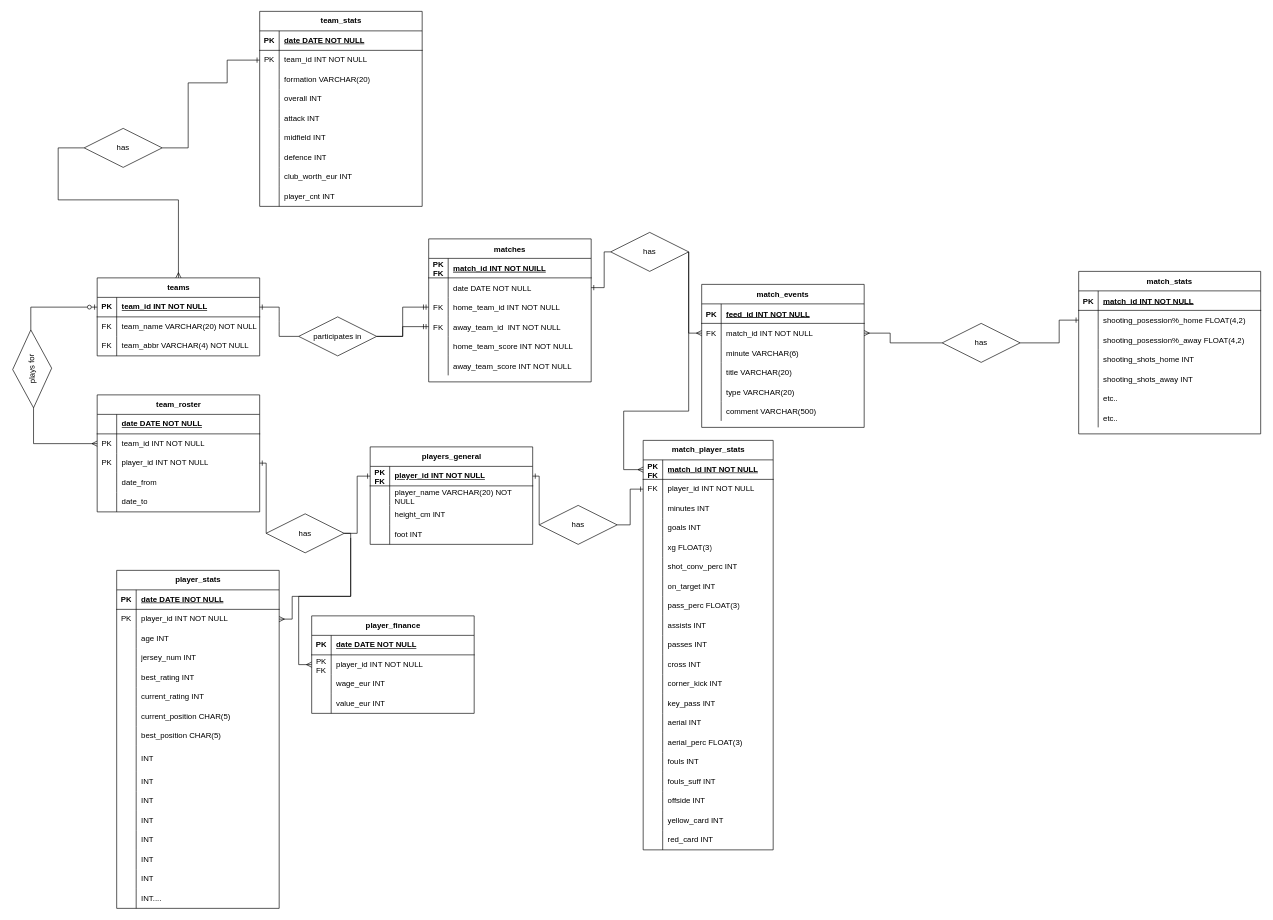
Earlier version of the draw.io diagram Schema.drawio (diffeyn/MLS). Source tidied: cells renumbered, new cells numbered last; positions are measured from the earlier drawing's top-left corner, leaving out a move shared by most shapes. Both pictures are drawn from the tidied source at 65%, with x=0, y=0 at pixel (-7, 11).
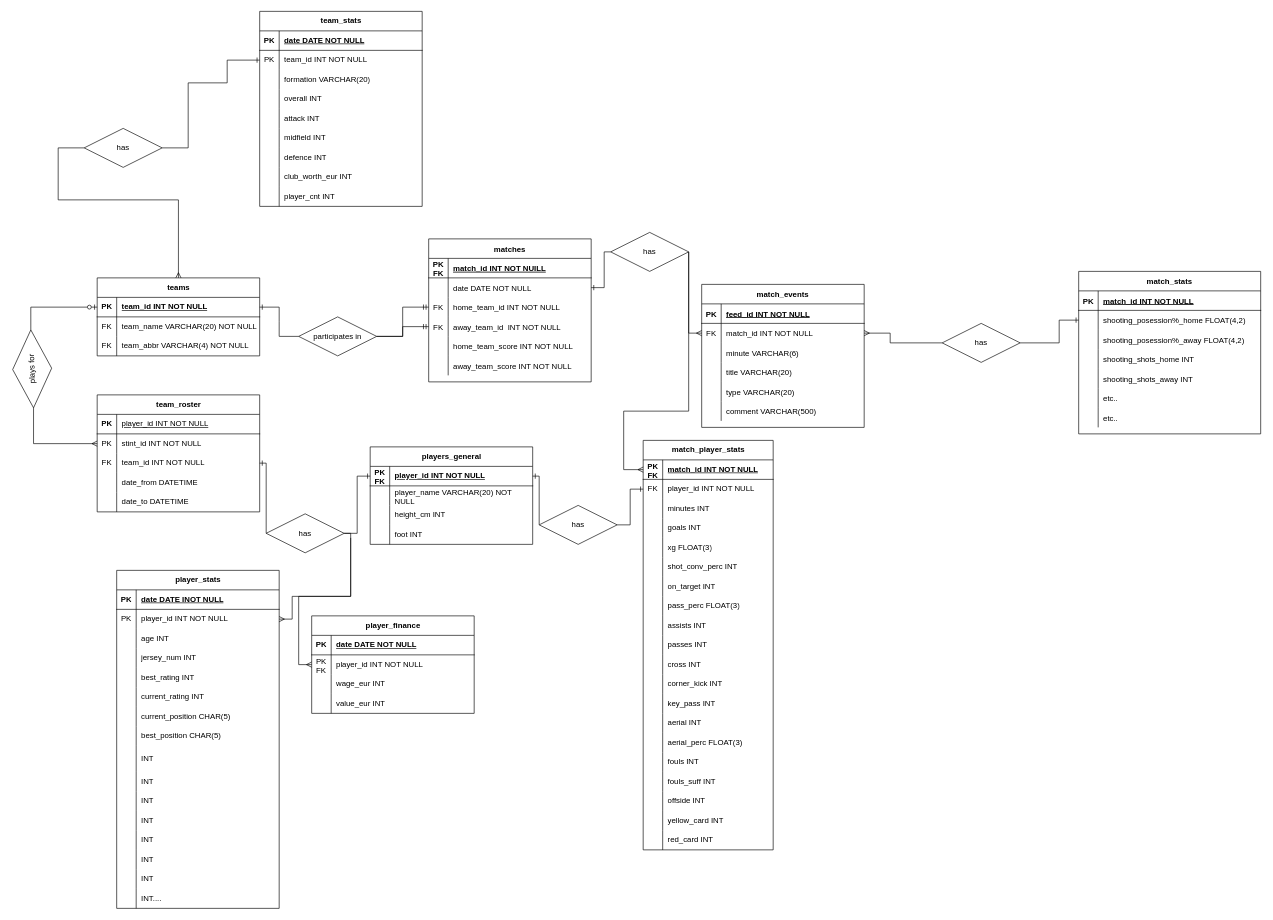
After the change.

Commit message (it also covers changes not shown here):
save team roster

The change refers to these unchanged cells:
```xml
<mxCell id="32" style="shape=tableRow;horizontal=0;startSize=0;swimlaneHead=0;swimlaneBody=0;fillColor=none;top=0;left=0;right=0;bottom=1;" parent="31" vertex="1">
  <mxGeometry y="30" width="250" height="30" as="geometry" />
</mxCell>
<mxCell id="35" style="shape=tableRow;horizontal=0;startSize=0;swimlaneHead=0;swimlaneBody=0;fillColor=none;points=[[0,0.5],[1,0.5]];portConstraint=eastwest;top=0;left=0;right=0;bottom=0;" parent="31" vertex="1">
  <mxGeometry y="60" width="250" height="30" as="geometry" />
</mxCell>
<mxCell id="38" style="shape=tableRow;horizontal=0;startSize=0;swimlaneHead=0;swimlaneBody=0;fillColor=none;points=[[0,0.5],[1,0.5]];portConstraint=eastwest;top=0;left=0;right=0;bottom=0;" parent="31" vertex="1">
  <mxGeometry y="90" width="250" height="30" as="geometry" />
</mxCell>
<mxCell id="41" style="shape=tableRow;horizontal=0;startSize=0;swimlaneHead=0;swimlaneBody=0;fillColor=none;top=0;left=0;right=0;bottom=0;" parent="31" vertex="1">
  <mxGeometry y="120" width="250" height="30" as="geometry" />
</mxCell>
<mxCell id="44" style="shape=tableRow;horizontal=0;startSize=0;swimlaneHead=0;swimlaneBody=0;fillColor=none;top=0;left=0;right=0;bottom=0;" parent="31" vertex="1">
  <mxGeometry y="150" width="250" height="30" as="geometry" />
</mxCell>
```

The edit, as a diff of the source:
```diff
@@
-    <mxCell id="33" style="shape=partialRectangle;fillColor=none;top=0;left=0;bottom=0;right=0;fontStyle=1;overflow=hidden;whiteSpace=wrap;html=1;" parent="32" vertex="1">
+    <mxCell id="33" value="PK" style="shape=partialRectangle;fillColor=none;top=0;left=0;bottom=0;right=0;fontStyle=1;overflow=hidden;whiteSpace=wrap;html=1;" parent="32" vertex="1">
       <mxGeometry width="30" height="30" as="geometry" />
     </mxCell>
-    <mxCell id="34" value="date DATE NOT NULL" style="shape=partialRectangle;fillColor=none;top=0;left=0;bottom=0;right=0;align=left;spacingLeft=6;fontStyle=5;overflow=hidden;whiteSpace=wrap;html=1;" parent="32" vertex="1">
+    <mxCell id="34" value="&lt;span style=&quot;font-weight: 400;&quot;&gt;player_id INT NOT NULL&lt;/span&gt;" style="shape=partialRectangle;fillColor=none;top=0;left=0;bottom=0;right=0;align=left;spacingLeft=6;fontStyle=5;overflow=hidden;whiteSpace=wrap;html=1;" parent="32" vertex="1">
       <mxGeometry x="30" width="220" height="30" as="geometry" />
     </mxCell>
@@
-    <mxCell id="37" value="team_id INT NOT NULL" style="shape=partialRectangle;fillColor=none;top=0;left=0;bottom=0;right=0;align=left;spacingLeft=6;overflow=hidden;whiteSpace=wrap;html=1;" parent="35" vertex="1">
+    <mxCell id="37" value="stint_id INT NOT NULL" style="shape=partialRectangle;fillColor=none;top=0;left=0;bottom=0;right=0;align=left;spacingLeft=6;overflow=hidden;whiteSpace=wrap;html=1;" parent="35" vertex="1">
       <mxGeometry x="30" width="220" height="30" as="geometry" />
     </mxCell>
@@
-    <mxCell id="39" value="PK" style="shape=partialRectangle;fillColor=none;top=0;left=0;bottom=0;right=0;overflow=hidden;whiteSpace=wrap;html=1;" parent="38" vertex="1">
+    <mxCell id="39" value="FK" style="shape=partialRectangle;fillColor=none;top=0;left=0;bottom=0;right=0;overflow=hidden;whiteSpace=wrap;html=1;" parent="38" vertex="1">
       <mxGeometry width="30" height="30" as="geometry" />
     </mxCell>
-    <mxCell id="40" value="player_id INT NOT NULL" style="shape=partialRectangle;fillColor=none;top=0;left=0;bottom=0;right=0;align=left;spacingLeft=6;overflow=hidden;whiteSpace=wrap;html=1;" parent="38" vertex="1">
+    <mxCell id="40" value="team_id INT NOT NULL" style="shape=partialRectangle;fillColor=none;top=0;left=0;bottom=0;right=0;align=left;spacingLeft=6;overflow=hidden;whiteSpace=wrap;html=1;" parent="38" vertex="1">
       <mxGeometry x="30" width="220" height="30" as="geometry" />
     </mxCell>
@@
-    <mxCell id="43" value="date_from" style="shape=partialRectangle;fillColor=none;top=0;left=0;bottom=0;right=0;align=left;spacingLeft=6;overflow=hidden;whiteSpace=wrap;html=1;" parent="41" vertex="1">
+    <mxCell id="43" value="date_from DATETIME" style="shape=partialRectangle;fillColor=none;top=0;left=0;bottom=0;right=0;align=left;spacingLeft=6;overflow=hidden;whiteSpace=wrap;html=1;" parent="41" vertex="1">
       <mxGeometry x="30" width="220" height="30" as="geometry" />
     </mxCell>
@@
-    <mxCell id="46" value="date_to" style="shape=partialRectangle;fillColor=none;top=0;left=0;bottom=0;right=0;align=left;spacingLeft=6;overflow=hidden;whiteSpace=wrap;html=1;" parent="44" vertex="1">
+    <mxCell id="46" value="date_to DATETIME" style="shape=partialRectangle;fillColor=none;top=0;left=0;bottom=0;right=0;align=left;spacingLeft=6;overflow=hidden;whiteSpace=wrap;html=1;" parent="44" vertex="1">
       <mxGeometry x="30" width="220" height="30" as="geometry" />
     </mxCell>
```
